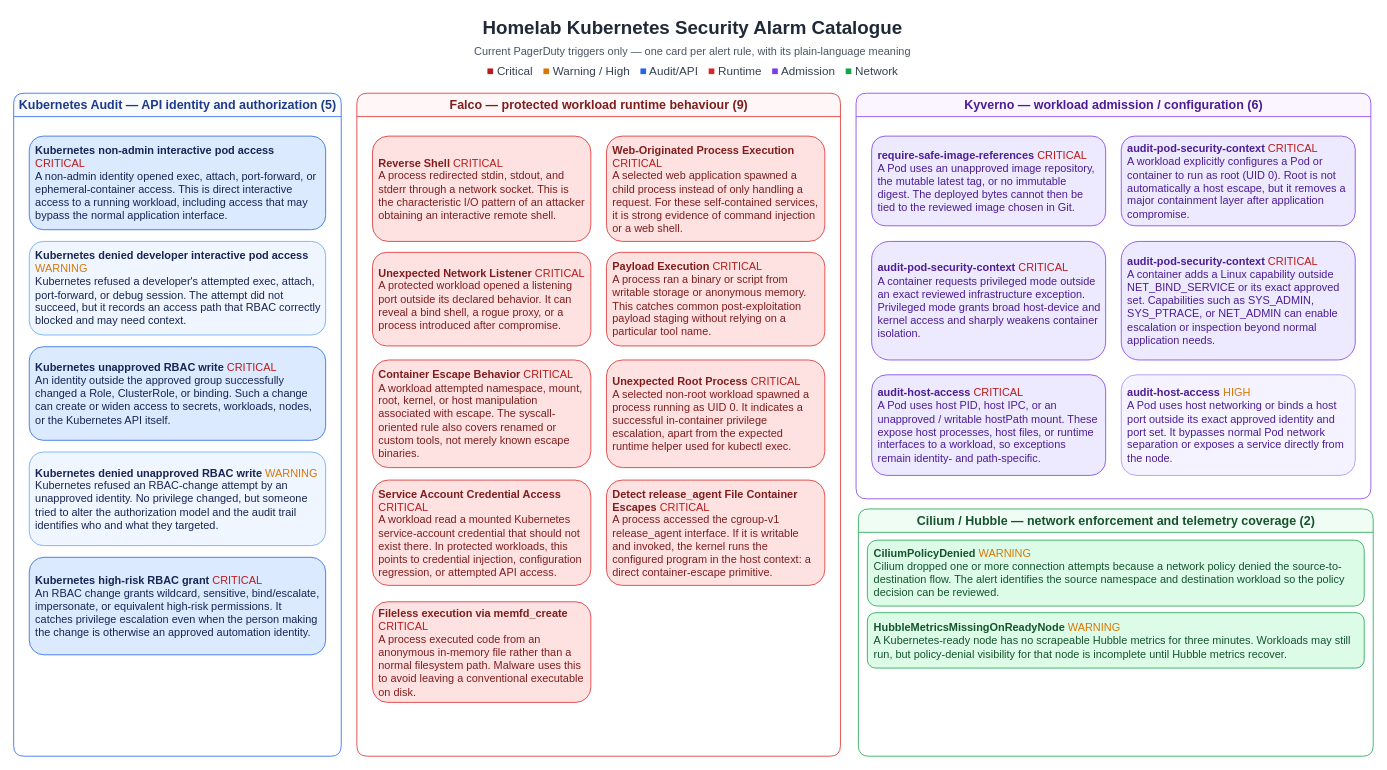
The draw.io diagram visual/security-alarm-catalogue.drawio in EmrhT/ultimate-iac, before the edit. Source tidied: cells renumbered, new cells numbered last; positions are measured from the earlier drawing's top-left corner, leaving out a move shared by most shapes. Both pictures are drawn from the tidied source at 78%, with x=0, y=0 at pixel (13, 13).
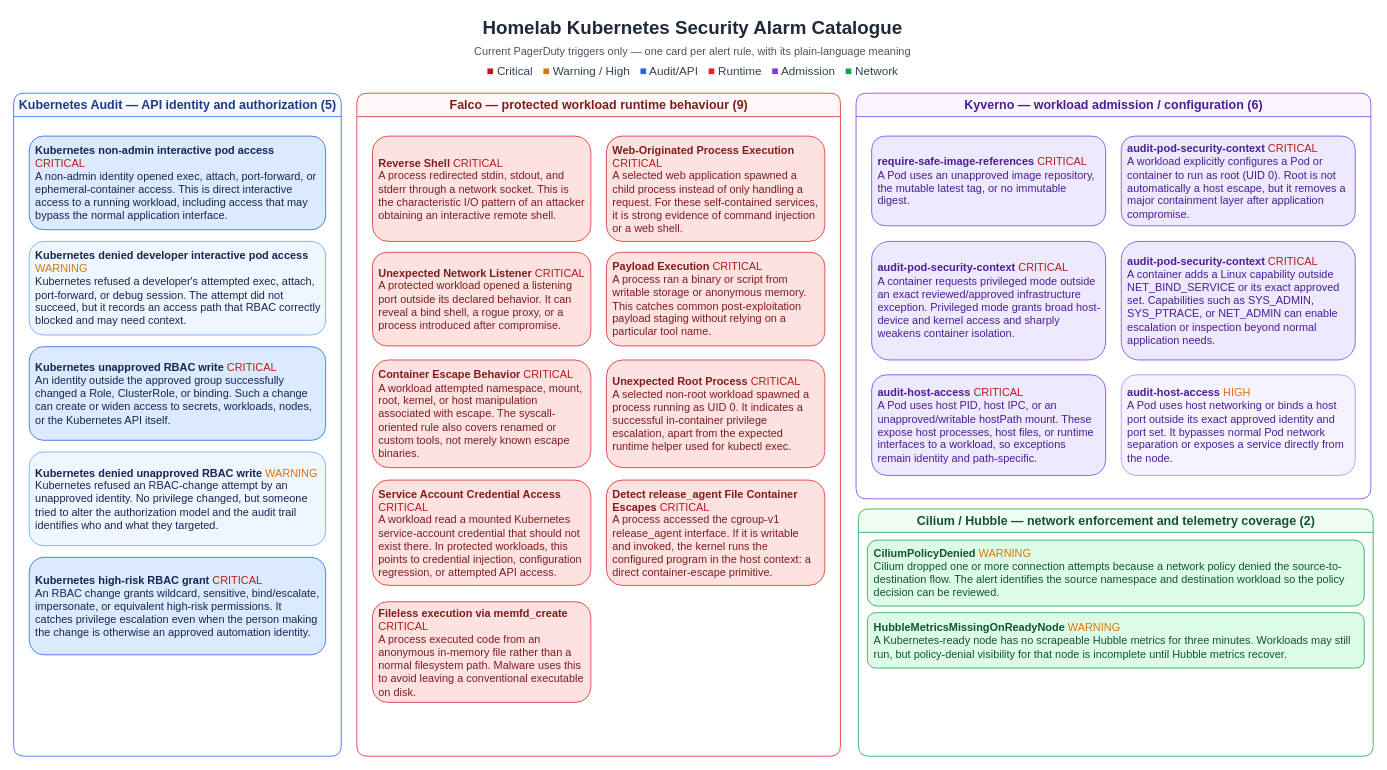
The same diagram, later.

The change refers to these unchanged cells:
```xml
<mxCell id="21" value="Kyverno — workload admission / configuration (6)" style="swimlane;html=1;rounded=1;startSize=30;fillColor=#FAF5FF;strokeColor=#7C3AED;fontStyle=1;fontColor=#4C1D95;fontSize=16;" parent="1" vertex="1">
  <mxGeometry x="1080" y="102" width="660" height="520" as="geometry" />
</mxCell>
```

Change to the diagram source:
```diff
@@
-    <mxCell id="22" value="&lt;b&gt;require-safe-image-references&lt;/b&gt; &lt;font color=&quot;#B91C1C&quot;&gt;CRITICAL&lt;/font&gt;&lt;br&gt;&lt;font&gt;A Pod uses an unapproved image repository, the mutable latest tag, or no immutable digest. The deployed bytes cannot then be tied to the reviewed image chosen in Git.&lt;/font&gt;" style="rounded=1;whiteSpace=wrap;html=1;fillColor=#EDE9FE;strokeColor=#7C3AED;fontColor=#4C1D95;align=left;spacing=8;fontSize=14;" parent="21" vertex="1">
+    <mxCell id="22" value="&lt;b&gt;require-safe-image-references&lt;/b&gt; &lt;font color=&quot;#B91C1C&quot;&gt;CRITICAL&lt;/font&gt;&lt;br&gt;&lt;font&gt;A Pod uses an unapproved image repository, the mutable latest tag, or no immutable digest.&amp;nbsp;&lt;/font&gt;" style="rounded=1;whiteSpace=wrap;html=1;fillColor=#EDE9FE;strokeColor=#7C3AED;fontColor=#4C1D95;align=left;spacing=8;fontSize=14;" parent="21" vertex="1">
       <mxGeometry x="20" y="55" width="300" height="115" as="geometry" />
     </mxCell>
@@
-    <mxCell id="24" value="&lt;b&gt;audit-pod-security-context&lt;/b&gt; &lt;font color=&quot;#B91C1C&quot;&gt;CRITICAL&lt;/font&gt;&lt;br&gt;&lt;font&gt;A container requests privileged mode outside an exact reviewed infrastructure exception. Privileged mode grants broad host-device and kernel access and sharply weakens container isolation.&lt;/font&gt;" style="rounded=1;whiteSpace=wrap;html=1;fillColor=#EDE9FE;strokeColor=#7C3AED;fontColor=#4C1D95;align=left;spacing=8;fontSize=14;" parent="21" vertex="1">
+    <mxCell id="24" value="&lt;b&gt;audit-pod-security-context&lt;/b&gt; &lt;font color=&quot;#B91C1C&quot;&gt;CRITICAL&lt;/font&gt;&lt;br&gt;&lt;font&gt;A container requests privileged mode outside an exact reviewed/approved infrastructure exception. Privileged mode grants broad host-device and kernel access and sharply weakens container isolation.&lt;/font&gt;" style="rounded=1;whiteSpace=wrap;html=1;fillColor=#EDE9FE;strokeColor=#7C3AED;fontColor=#4C1D95;align=left;spacing=8;fontSize=14;" parent="21" vertex="1">
       <mxGeometry x="20" y="190" width="300" height="152" as="geometry" />
     </mxCell>
@@
-    <mxCell id="26" value="&lt;b&gt;audit-host-access&lt;/b&gt; &lt;font color=&quot;#B91C1C&quot;&gt;CRITICAL&lt;/font&gt;&lt;br&gt;&lt;font&gt;A Pod uses host PID, host IPC, or an unapproved / writable hostPath mount. These expose host processes, host files, or runtime interfaces to a workload, so exceptions remain identity- and path-specific.&lt;/font&gt;" style="rounded=1;whiteSpace=wrap;html=1;fillColor=#EDE9FE;strokeColor=#7C3AED;fontColor=#4C1D95;align=left;spacing=8;fontSize=14;" parent="21" vertex="1">
+    <mxCell id="26" value="&lt;b&gt;audit-host-access&lt;/b&gt; &lt;font color=&quot;#B91C1C&quot;&gt;CRITICAL&lt;/font&gt;&lt;br&gt;&lt;font&gt;A Pod uses host PID, host IPC, or an unapproved/writable hostPath mount. These expose host processes, host files, or runtime interfaces to a workload, so exceptions remain identity and path-specific.&lt;/font&gt;" style="rounded=1;whiteSpace=wrap;html=1;fillColor=#EDE9FE;strokeColor=#7C3AED;fontColor=#4C1D95;align=left;spacing=8;fontSize=14;" parent="21" vertex="1">
       <mxGeometry x="20" y="361" width="300" height="129" as="geometry" />
     </mxCell>
```
